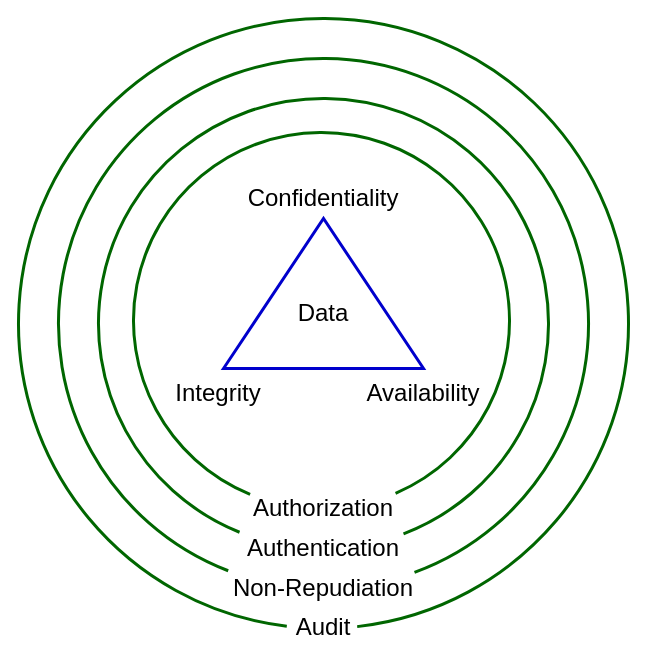
Above: page "CIA model" (1 of 3) of source/reference_documents/elaboration_documents/Understanding the Extended CIA Model/images/source/extended CIA model.drawio in nutonomy/AVCDL (draw.io), before the change. Source tidied: cells renumbered, new cells numbered last; positions are measured from the earlier drawing's top-left corner, leaving out a move shared by most shapes. Both pictures are drawn from the tidied source at 100%, with x=0, y=0 at pixel (18, 18).
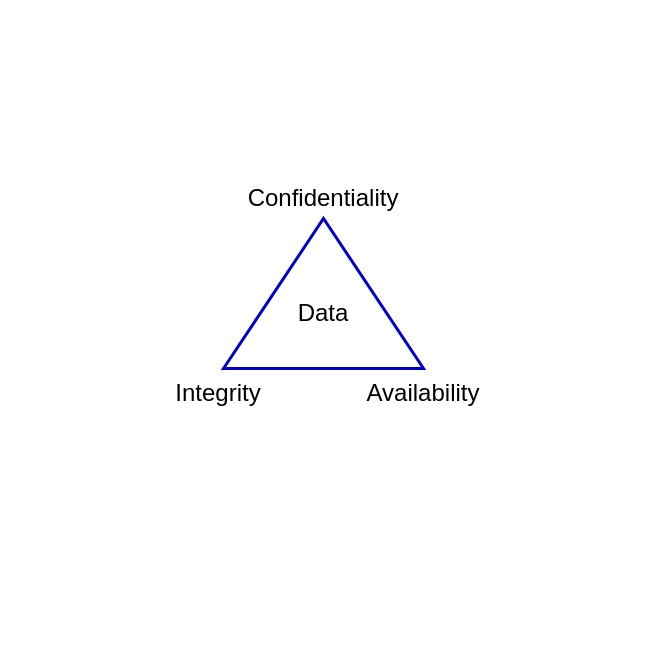
After the change.

What changed in the source:
```diff
@@
 <mxGraphModel>
   <root>
     <mxCell id="0" />
-    <mxCell id="1" parent="0" />
-    <mxCell id="2" style="verticalLabelPosition=bottom;verticalAlign=top;html=1;shape=mxgraph.basic.arc;startAngle=0.5191978531084018;endAngle=0.4823883562613614;fillColor=none;strokeColor=#006600;strokeWidth=3;" parent="1" vertex="1">
-      <mxGeometry width="610" height="610" as="geometry" />
-    </mxCell>
-    <mxCell id="3" style="verticalLabelPosition=bottom;verticalAlign=top;html=1;shape=mxgraph.basic.arc;startAngle=0.5585485947694075;endAngle=0.444216729210609;fillColor=none;strokeColor=#006600;strokeWidth=3;" parent="1" vertex="1">
-      <mxGeometry x="40" y="40" width="530" height="530" as="geometry" />
-    </mxCell>
-    <mxCell id="4" style="verticalLabelPosition=bottom;verticalAlign=top;html=1;shape=mxgraph.basic.arc;startAngle=0.5608575134116165;endAngle=0.44214290058275885;fillColor=none;strokeColor=#006600;strokeWidth=3;" parent="1" vertex="1">
-      <mxGeometry x="80" y="80" width="450" height="450" as="geometry" />
-    </mxCell>
-    <mxCell id="5" style="verticalLabelPosition=bottom;verticalAlign=top;html=1;shape=mxgraph.basic.arc;startAngle=0.5619984455360418;endAngle=0.4355594707954217;fillColor=none;strokeColor=#006600;strokeWidth=3;" parent="1" vertex="1">
-      <mxGeometry x="115" y="114" width="376" height="376" as="geometry" />
-    </mxCell>
-    <mxCell id="6" parent="0" />
-    <mxCell id="7" value="&lt;font style=&quot;font-size: 24px&quot;&gt;Audit&lt;/font&gt;" style="text;html=1;strokeColor=none;fillColor=none;align=center;verticalAlign=middle;whiteSpace=wrap;rounded=0;labelBackgroundColor=none;rotation=0;" parent="6" vertex="1">
-      <mxGeometry x="270" y="594" width="70" height="30" as="geometry" />
-    </mxCell>
-    <mxCell id="8" value="&lt;font style=&quot;font-size: 24px&quot;&gt;Non-Repudiation&lt;/font&gt;" style="text;html=1;strokeColor=none;fillColor=none;align=center;verticalAlign=middle;whiteSpace=wrap;rounded=0;labelBackgroundColor=none;rotation=0;" parent="6" vertex="1">
-      <mxGeometry x="210" y="555" width="190" height="30" as="geometry" />
-    </mxCell>
-    <mxCell id="9" value="&lt;font style=&quot;font-size: 24px&quot;&gt;Authentication&lt;/font&gt;" style="text;html=1;strokeColor=none;fillColor=none;align=center;verticalAlign=middle;whiteSpace=wrap;rounded=0;labelBackgroundColor=none;rotation=0;" parent="6" vertex="1">
-      <mxGeometry x="225" y="515" width="160" height="30" as="geometry" />
-    </mxCell>
-    <mxCell id="10" value="&lt;font style=&quot;font-size: 24px&quot;&gt;Authorization&lt;/font&gt;" style="text;html=1;strokeColor=none;fillColor=none;align=center;verticalAlign=middle;whiteSpace=wrap;rounded=0;labelBackgroundColor=none;rotation=0;" parent="6" vertex="1">
-      <mxGeometry x="225" y="475" width="160" height="30" as="geometry" />
-    </mxCell>
     <mxCell id="11" parent="0" />
     <mxCell id="12" value="&lt;font style=&quot;font-size: 24px&quot;&gt;Availability&lt;/font&gt;" style="text;html=1;strokeColor=none;fillColor=none;align=center;verticalAlign=middle;whiteSpace=wrap;rounded=0;labelBackgroundColor=none;" parent="11" vertex="1">
       <mxGeometry x="340" y="360" width="130" height="30" as="geometry" />
     </mxCell>
     <mxCell id="13" value="&lt;font style=&quot;font-size: 24px&quot;&gt;Integrity&lt;/font&gt;" style="text;html=1;strokeColor=none;fillColor=none;align=center;verticalAlign=middle;whiteSpace=wrap;rounded=0;labelBackgroundColor=none;" parent="11" vertex="1">
       <mxGeometry x="150" y="360" width="100" height="30" as="geometry" />
     </mxCell>
     <mxCell id="14" value="&lt;font style=&quot;font-size: 24px&quot;&gt;Confidentiality&lt;/font&gt;" style="text;html=1;strokeColor=none;fillColor=none;align=center;verticalAlign=middle;whiteSpace=wrap;rounded=0;labelBackgroundColor=none;gradientColor=none;" parent="11" vertex="1">
       <mxGeometry x="200" y="165" width="210" height="30" as="geometry" />
     </mxCell>
     <mxCell id="15" style="triangle;whiteSpace=wrap;html=1;rotation=-90;fillColor=none;strokeWidth=3;strokeColor=#0000CC;" parent="11" vertex="1">
       <mxGeometry x="230" y="175" width="150" height="200" as="geometry" />
     </mxCell>
     <mxCell id="16" value="&lt;font style=&quot;font-size: 24px&quot;&gt;Data&lt;/font&gt;" style="text;html=1;strokeColor=none;fillColor=none;align=center;verticalAlign=middle;whiteSpace=wrap;rounded=0;labelBackgroundColor=none;" parent="11" vertex="1">
       <mxGeometry x="256.2" y="280" width="97.5" height="30" as="geometry" />
     </mxCell>
   </root>
 </mxGraphModel>
```
